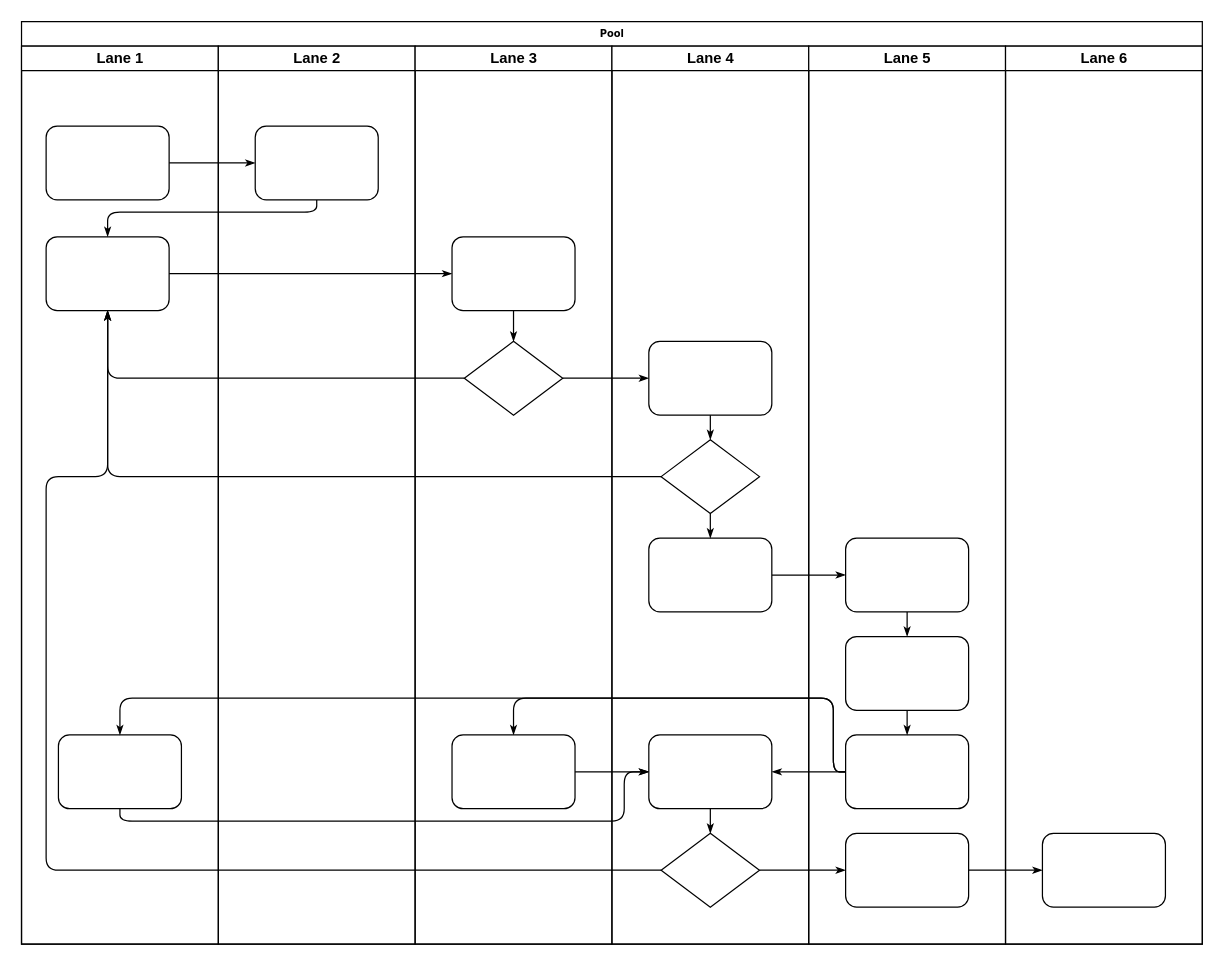
Earlier version of the draw.io diagram craft/ota_plan_mgr.drawio (feihu618/drawio). Source tidied: cells renumbered, new cells numbered last; positions are measured from the earlier drawing's top-left corner, leaving out a move shared by most shapes. Both pictures are drawn from the tidied source at 123%, with x=0, y=0 at pixel (21, 21).
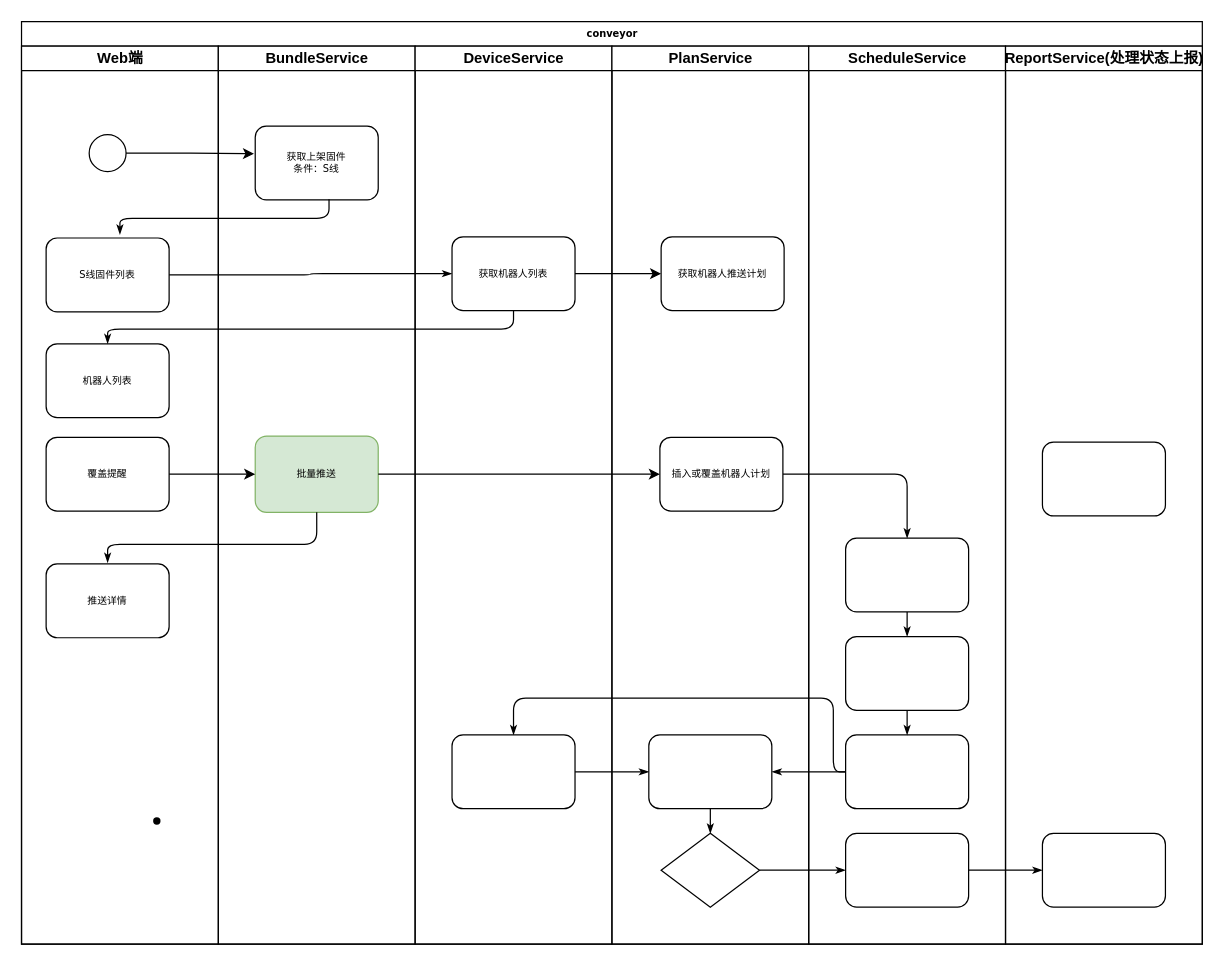
After the change.

The change refers to these unchanged cells:
```xml
<mxCell id="33" style="rounded=1;whiteSpace=wrap;html=1;shadow=0;labelBackgroundColor=none;strokeWidth=1;fontFamily=Verdana;fontSize=8;align=center;" parent="29" vertex="1">
  <mxGeometry x="30" y="560" width="100" height="60" as="geometry" />
</mxCell>
<mxCell id="34" style="rhombus;whiteSpace=wrap;html=1;rounded=0;shadow=0;labelBackgroundColor=none;strokeWidth=1;fontFamily=Verdana;fontSize=8;align=center;" parent="29" vertex="1">
  <mxGeometry x="40" y="640" width="80" height="60" as="geometry" />
</mxCell>
<mxCell id="41" style="rounded=1;whiteSpace=wrap;html=1;shadow=0;labelBackgroundColor=none;strokeWidth=1;fontFamily=Verdana;fontSize=8;align=center;" parent="38" vertex="1">
  <mxGeometry x="30" y="560" width="100" height="60" as="geometry" />
</mxCell>
```

The edit, as a diff of the source:
```diff
@@
-    <mxCell id="2" value="Pool" style="swimlane;html=1;startSize=20;rounded=0;shadow=0;labelBackgroundColor=none;strokeWidth=1;fontFamily=Verdana;fontSize=8;align=center;" parent="1" vertex="1">
+    <mxCell id="2" value="conveyor" style="swimlane;html=1;startSize=20;rounded=0;shadow=0;labelBackgroundColor=none;strokeWidth=1;fontFamily=Verdana;fontSize=8;align=center;" parent="1" vertex="1">
       <mxGeometry width="960" height="750" as="geometry" />
     </mxCell>
-    <mxCell id="3" value="Lane 1" style="swimlane;html=1;startSize=20;" parent="2" vertex="1">
+    <mxCell id="3" value="Web端" style="swimlane;html=1;startSize=20;" parent="2" vertex="1">
       <mxGeometry y="20" width="160" height="730" as="geometry" />
     </mxCell>
-    <mxCell id="4" style="rounded=1;whiteSpace=wrap;html=1;shadow=0;labelBackgroundColor=none;strokeWidth=1;fontFamily=Verdana;fontSize=8;align=center;" parent="3" vertex="1">
-      <mxGeometry x="20" y="65" width="100" height="60" as="geometry" />
+    <mxCell id="4" value="S线固件列表" style="rounded=1;whiteSpace=wrap;html=1;shadow=0;labelBackgroundColor=none;strokeWidth=1;fontFamily=Verdana;fontSize=8;align=center;" parent="3" vertex="1">
+      <mxGeometry x="20" y="156" width="100" height="60" as="geometry" />
     </mxCell>
-    <mxCell id="5" style="rounded=1;whiteSpace=wrap;html=1;shadow=0;labelBackgroundColor=none;strokeWidth=1;fontFamily=Verdana;fontSize=8;align=center;" parent="3" vertex="1">
-      <mxGeometry x="20" y="155" width="100" height="60" as="geometry" />
+    <mxCell id="5" value="机器人列表" style="rounded=1;whiteSpace=wrap;html=1;shadow=0;labelBackgroundColor=none;strokeWidth=1;fontFamily=Verdana;fontSize=8;align=center;" parent="3" vertex="1">
+      <mxGeometry x="20" y="242" width="100" height="60" as="geometry" />
     </mxCell>
-    <mxCell id="6" style="rounded=1;whiteSpace=wrap;html=1;shadow=0;labelBackgroundColor=none;strokeWidth=1;fontFamily=Verdana;fontSize=8;align=center;" parent="3" vertex="1">
-      <mxGeometry x="30" y="560" width="100" height="60" as="geometry" />
-    </mxCell>
-    <mxCell id="7" style="edgeStyle=orthogonalEdgeStyle;rounded=1;html=1;labelBackgroundColor=none;startArrow=none;startFill=0;startSize=5;endArrow=classicThin;endFill=1;endSize=5;jettySize=auto;strokeWidth=1;fontFamily=Verdana;fontSize=8;" parent="2" edge="1" source="4" target="23">
-      <mxGeometry relative="1" as="geometry" />
-    </mxCell>
-    <mxCell id="8" style="edgeStyle=orthogonalEdgeStyle;rounded=1;html=1;labelBackgroundColor=none;startArrow=none;startFill=0;startSize=5;endArrow=classicThin;endFill=1;endSize=5;jettySize=auto;strokeWidth=1;fontFamily=Verdana;fontSize=8;" parent="2" edge="1" source="23" target="5">
-      <mxGeometry relative="1" as="geometry">
-        <Array as="points">
-          <mxPoint x="240" y="155" />
-          <mxPoint x="70" y="155" />
-        </Array>
-      </mxGeometry>
-    </mxCell>
+    <mxCell id="47" value="推送详情" style="rounded=1;whiteSpace=wrap;html=1;shadow=0;labelBackgroundColor=none;strokeWidth=1;fontFamily=Verdana;fontSize=8;align=center;" parent="3" vertex="1">
+      <mxGeometry x="20" y="421" width="100" height="60" as="geometry" />
+    </mxCell>
+    <mxCell id="48" value="覆盖提醒" style="rounded=1;whiteSpace=wrap;html=1;shadow=0;labelBackgroundColor=none;strokeWidth=1;fontFamily=Verdana;fontSize=8;align=center;" parent="3" vertex="1">
+      <mxGeometry x="20" y="318" width="100" height="60" as="geometry" />
+    </mxCell>
+    <mxCell id="49" style="ellipse;whiteSpace=wrap;html=1;" parent="3" vertex="1">
+      <mxGeometry x="55" y="72" width="30" height="30" as="geometry" />
+    </mxCell>
-    <mxCell id="9" style="edgeStyle=orthogonalEdgeStyle;rounded=1;html=1;labelBackgroundColor=none;startArrow=none;startFill=0;startSize=5;endArrow=classicThin;endFill=1;endSize=5;jettySize=auto;strokeWidth=1;fontFamily=Verdana;fontSize=8;" parent="2" edge="1" source="5" target="25">
+    <mxCell id="9" style="edgeStyle=orthogonalEdgeStyle;rounded=1;html=1;labelBackgroundColor=none;startArrow=none;startFill=0;startSize=5;endArrow=classicThin;endFill=1;endSize=5;jettySize=auto;strokeWidth=1;fontFamily=Verdana;fontSize=8;exitX=1;exitY=0.5;exitDx=0;exitDy=0;" parent="2" edge="1" source="4" target="25">
       <mxGeometry relative="1" as="geometry" />
     </mxCell>
-    <mxCell id="10" style="edgeStyle=orthogonalEdgeStyle;rounded=1;html=1;labelBackgroundColor=none;startArrow=none;startFill=0;startSize=5;endArrow=classicThin;endFill=1;endSize=5;jettySize=auto;strokeWidth=1;fontFamily=Verdana;fontSize=8;" parent="2" edge="1" source="26" target="5">
-      <mxGeometry relative="1" as="geometry" />
-    </mxCell>
-    <mxCell id="11" style="edgeStyle=orthogonalEdgeStyle;rounded=1;html=1;labelBackgroundColor=none;startArrow=none;startFill=0;startSize=5;endArrow=classicThin;endFill=1;endSize=5;jettySize=auto;strokeWidth=1;fontFamily=Verdana;fontSize=8;" parent="2" edge="1" source="31" target="5">
-      <mxGeometry relative="1" as="geometry" />
-    </mxCell>
-    <mxCell id="12" style="edgeStyle=orthogonalEdgeStyle;rounded=1;html=1;labelBackgroundColor=none;startArrow=none;startFill=0;startSize=5;endArrow=classicThin;endFill=1;endSize=5;jettySize=auto;strokeWidth=1;fontFamily=Verdana;fontSize=8;" parent="2" edge="1" source="34" target="5">
-      <mxGeometry relative="1" as="geometry">
-        <Array as="points">
-          <mxPoint x="20" y="690" />
-          <mxPoint x="20" y="370" />
-          <mxPoint x="70" y="370" />
-        </Array>
-      </mxGeometry>
-    </mxCell>
-    <mxCell id="13" style="edgeStyle=orthogonalEdgeStyle;rounded=1;html=1;labelBackgroundColor=none;startArrow=none;startFill=0;startSize=5;endArrow=classicThin;endFill=1;endSize=5;jettySize=auto;strokeWidth=1;fontFamily=Verdana;fontSize=8;" parent="2" edge="1" source="26" target="30">
-      <mxGeometry relative="1" as="geometry" />
-    </mxCell>
@@
-    <mxCell id="19" style="edgeStyle=orthogonalEdgeStyle;rounded=1;html=1;labelBackgroundColor=none;startArrow=none;startFill=0;startSize=5;endArrow=classicThin;endFill=1;endSize=5;jettySize=auto;strokeWidth=1;fontFamily=Verdana;fontSize=8;" parent="2" edge="1" source="41" target="6">
-      <mxGeometry relative="1" as="geometry">
-        <Array as="points">
-          <mxPoint x="660" y="610" />
-          <mxPoint x="660" y="550" />
-          <mxPoint x="80" y="550" />
-        </Array>
-      </mxGeometry>
-    </mxCell>
-    <mxCell id="20" style="edgeStyle=orthogonalEdgeStyle;rounded=1;html=1;labelBackgroundColor=none;startArrow=none;startFill=0;startSize=5;endArrow=classicThin;endFill=1;endSize=5;jettySize=auto;strokeWidth=1;fontFamily=Verdana;fontSize=8;" parent="2" edge="1" source="6" target="33">
-      <mxGeometry relative="1" as="geometry">
-        <Array as="points">
-          <mxPoint x="80" y="650" />
-          <mxPoint x="490" y="650" />
-          <mxPoint x="490" y="610" />
-        </Array>
-      </mxGeometry>
-    </mxCell>
@@
-    <mxCell id="22" value="Lane 2" style="swimlane;html=1;startSize=20;" parent="2" vertex="1">
+    <mxCell id="22" value="BundleService" style="swimlane;html=1;startSize=20;" parent="2" vertex="1">
       <mxGeometry x="160" y="20" width="160" height="730" as="geometry" />
     </mxCell>
-    <mxCell id="23" style="rounded=1;whiteSpace=wrap;html=1;shadow=0;labelBackgroundColor=none;strokeWidth=1;fontFamily=Verdana;fontSize=8;align=center;" parent="22" vertex="1">
+    <mxCell id="23" value="获取上架固件&lt;br&gt;条件：S线" style="rounded=1;whiteSpace=wrap;html=1;shadow=0;labelBackgroundColor=none;strokeWidth=1;fontFamily=Verdana;fontSize=8;align=center;" parent="22" vertex="1">
       <mxGeometry x="30" y="65" width="100" height="60" as="geometry" />
     </mxCell>
+    <mxCell id="50" value="批量推送" style="rounded=1;whiteSpace=wrap;html=1;shadow=0;labelBackgroundColor=none;strokeWidth=1;fontFamily=Verdana;fontSize=8;align=center;fillColor=#d5e8d4;strokeColor=#82b366;" parent="22" vertex="1">
+      <mxGeometry x="30" y="317" width="100" height="62" as="geometry" />
+    </mxCell>
+    <mxCell id="51" style="edgeStyle=orthogonalEdgeStyle;rounded=1;html=1;labelBackgroundColor=none;startArrow=none;startFill=0;startSize=5;endArrow=classicThin;endFill=1;endSize=5;jettySize=auto;strokeWidth=1;fontFamily=Verdana;fontSize=8;exitX=0.5;exitY=1;exitDx=0;exitDy=0;" parent="22" edge="1" source="50">
+      <mxGeometry relative="1" as="geometry">
+        <mxPoint x="-90" y="420" as="targetPoint" />
+        <Array as="points">
+          <mxPoint x="80" y="405" />
+          <mxPoint x="-90" y="405" />
+        </Array>
+      </mxGeometry>
+    </mxCell>
-    <mxCell id="24" value="Lane 3" style="swimlane;html=1;startSize=20;" parent="2" vertex="1">
+    <mxCell id="24" value="DeviceService" style="swimlane;html=1;startSize=20;" parent="2" vertex="1">
       <mxGeometry x="320" y="20" width="160" height="730" as="geometry" />
     </mxCell>
-    <mxCell id="25" style="rounded=1;whiteSpace=wrap;html=1;shadow=0;labelBackgroundColor=none;strokeWidth=1;fontFamily=Verdana;fontSize=8;align=center;" parent="24" vertex="1">
+    <mxCell id="25" value="获取机器人列表" style="rounded=1;whiteSpace=wrap;html=1;shadow=0;labelBackgroundColor=none;strokeWidth=1;fontFamily=Verdana;fontSize=8;align=center;" parent="24" vertex="1">
       <mxGeometry x="30" y="155" width="100" height="60" as="geometry" />
     </mxCell>
-    <mxCell id="26" style="rhombus;whiteSpace=wrap;html=1;rounded=0;shadow=0;labelBackgroundColor=none;strokeWidth=1;fontFamily=Verdana;fontSize=8;align=center;" parent="24" vertex="1">
-      <mxGeometry x="40" y="240" width="80" height="60" as="geometry" />
-    </mxCell>
@@
-    <mxCell id="28" style="edgeStyle=orthogonalEdgeStyle;rounded=1;html=1;labelBackgroundColor=none;startArrow=none;startFill=0;startSize=5;endArrow=classicThin;endFill=1;endSize=5;jettySize=auto;strokeWidth=1;fontFamily=Verdana;fontSize=8;" parent="24" edge="1" source="25" target="26">
-      <mxGeometry relative="1" as="geometry" />
-    </mxCell>
-    <mxCell id="29" value="Lane 4" style="swimlane;html=1;startSize=20;" parent="2" vertex="1">
+    <mxCell id="29" value="PlanService" style="swimlane;html=1;startSize=20;" parent="2" vertex="1">
       <mxGeometry x="480" y="20" width="160" height="730" as="geometry" />
     </mxCell>
-    <mxCell id="30" style="rounded=1;whiteSpace=wrap;html=1;shadow=0;labelBackgroundColor=none;strokeWidth=1;fontFamily=Verdana;fontSize=8;align=center;" parent="29" vertex="1">
-      <mxGeometry x="30" y="240" width="100" height="60" as="geometry" />
-    </mxCell>
-    <mxCell id="31" style="rhombus;whiteSpace=wrap;html=1;rounded=0;shadow=0;labelBackgroundColor=none;strokeWidth=1;fontFamily=Verdana;fontSize=8;align=center;" parent="29" vertex="1">
-      <mxGeometry x="40" y="320" width="80" height="60" as="geometry" />
-    </mxCell>
-    <mxCell id="32" style="rounded=1;whiteSpace=wrap;html=1;shadow=0;labelBackgroundColor=none;strokeWidth=1;fontFamily=Verdana;fontSize=8;align=center;" parent="29" vertex="1">
-      <mxGeometry x="30" y="400" width="100" height="60" as="geometry" />
+    <mxCell id="32" value="插入或覆盖机器人计划" style="rounded=1;whiteSpace=wrap;html=1;shadow=0;labelBackgroundColor=none;strokeWidth=1;fontFamily=Verdana;fontSize=8;align=center;" parent="29" vertex="1">
+      <mxGeometry x="39" y="318" width="100" height="60" as="geometry" />
     </mxCell>
@@
-    <mxCell id="35" style="edgeStyle=orthogonalEdgeStyle;rounded=1;html=1;labelBackgroundColor=none;startArrow=none;startFill=0;startSize=5;endArrow=classicThin;endFill=1;endSize=5;jettySize=auto;strokeColor=#000000;strokeWidth=1;fontFamily=Verdana;fontSize=8;fontColor=#000000;" parent="29" edge="1" source="30" target="31">
-      <mxGeometry relative="1" as="geometry" />
-    </mxCell>
-    <mxCell id="36" style="edgeStyle=orthogonalEdgeStyle;rounded=1;html=1;labelBackgroundColor=none;startArrow=none;startFill=0;startSize=5;endArrow=classicThin;endFill=1;endSize=5;jettySize=auto;strokeWidth=1;fontFamily=Verdana;fontSize=8;" parent="29" edge="1" source="31" target="32">
-      <mxGeometry relative="1" as="geometry" />
-    </mxCell>
@@
+    <mxCell id="52" value="获取机器人推送计划" style="rounded=1;whiteSpace=wrap;html=1;shadow=0;labelBackgroundColor=none;strokeWidth=1;fontFamily=Verdana;fontSize=8;align=center;" parent="29" vertex="1">
+      <mxGeometry x="40" y="155" width="100" height="60" as="geometry" />
+    </mxCell>
-    <mxCell id="38" value="Lane 5" style="swimlane;html=1;startSize=20;" parent="2" vertex="1">
+    <mxCell id="38" value="ScheduleService" style="swimlane;html=1;startSize=20;" parent="2" vertex="1">
       <mxGeometry x="640" y="20" width="160" height="730" as="geometry" />
     </mxCell>
@@
-    <mxCell id="45" value="Lane 6" style="swimlane;html=1;startSize=20;" parent="2" vertex="1">
+    <mxCell id="45" value="ReportService(处理状态上报)" style="swimlane;html=1;startSize=20;" parent="2" vertex="1">
       <mxGeometry x="800" y="20" width="160" height="730" as="geometry" />
     </mxCell>
@@
+    <mxCell id="53" style="rounded=1;whiteSpace=wrap;html=1;shadow=0;labelBackgroundColor=none;strokeWidth=1;fontFamily=Verdana;fontSize=8;align=center;" parent="45" vertex="1">
+      <mxGeometry x="30" y="322" width="100" height="60" as="geometry" />
+    </mxCell>
+    <mxCell id="54" style="edgeStyle=orthogonalEdgeStyle;rounded=0;jettySize=auto;html=1;" parent="2" edge="1" source="25" target="52">
+      <mxGeometry relative="1" as="geometry" />
+    </mxCell>
+    <mxCell id="55" style="edgeStyle=orthogonalEdgeStyle;rounded=0;jettySize=auto;html=1;entryX=0;entryY=0.5;entryDx=0;entryDy=0;exitX=1;exitY=0.5;exitDx=0;exitDy=0;" parent="2" edge="1" source="48" target="50">
+      <mxGeometry relative="1" as="geometry" />
+    </mxCell>
+    <mxCell id="56" style="edgeStyle=orthogonalEdgeStyle;rounded=0;jettySize=auto;html=1;entryX=-0.01;entryY=0.375;entryDx=0;entryDy=0;entryPerimeter=0;" parent="2" edge="1" source="49" target="23">
+      <mxGeometry relative="1" as="geometry" />
+    </mxCell>
+    <mxCell id="57" style="edgeStyle=orthogonalEdgeStyle;rounded=1;html=1;labelBackgroundColor=none;startArrow=none;startFill=0;startSize=5;endArrow=classicThin;endFill=1;endSize=5;jettySize=auto;strokeWidth=1;fontFamily=Verdana;fontSize=8;exitX=0.6;exitY=0.992;exitDx=0;exitDy=0;entryX=0.6;entryY=-0.05;entryDx=0;entryDy=0;exitPerimeter=0;entryPerimeter=0;" parent="2" edge="1" source="23" target="4">
+      <mxGeometry relative="1" as="geometry">
+        <Array as="points">
+          <mxPoint x="250" y="160" />
+        </Array>
+      </mxGeometry>
+    </mxCell>
+    <mxCell id="58" style="edgeStyle=orthogonalEdgeStyle;rounded=1;html=1;labelBackgroundColor=none;startArrow=none;startFill=0;startSize=5;endArrow=classicThin;endFill=1;endSize=5;jettySize=auto;strokeWidth=1;fontFamily=Verdana;fontSize=8;exitX=0.5;exitY=1;exitDx=0;exitDy=0;entryX=0.5;entryY=0;entryDx=0;entryDy=0;" parent="2" edge="1" source="25" target="5">
+      <mxGeometry relative="1" as="geometry">
+        <Array as="points">
+          <mxPoint x="400" y="250" />
+          <mxPoint x="70" y="250" />
+        </Array>
+      </mxGeometry>
+    </mxCell>
+    <mxCell id="59" style="edgeStyle=orthogonalEdgeStyle;rounded=0;jettySize=auto;html=1;" parent="2" edge="1" source="50" target="32">
+      <mxGeometry relative="1" as="geometry" />
+    </mxCell>
+    <mxCell id="60" style="shape=waypoint;sketch=0;size=6;fillColor=none;perimeter=centerPerimeter;" parent="1" vertex="1">
+      <mxGeometry x="100" y="640" width="20" height="20" as="geometry" />
+    </mxCell>
```
